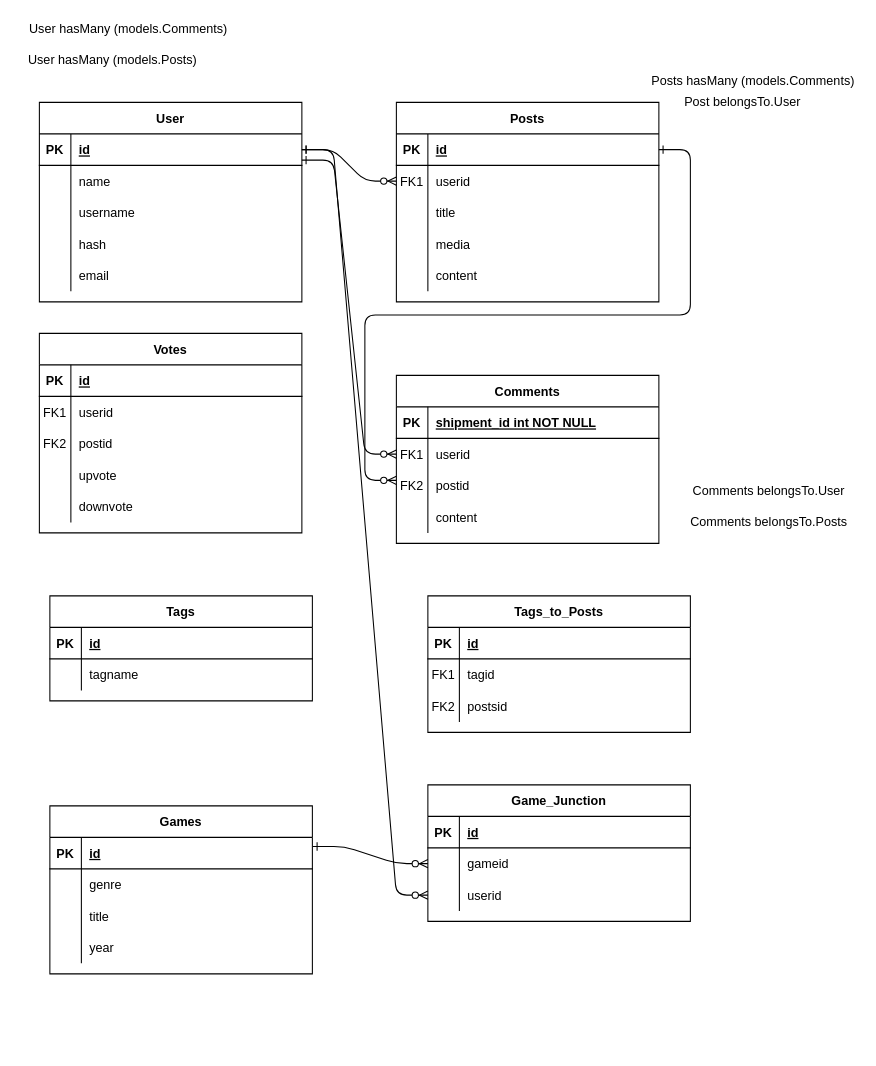
Above: page "Table Templates" (2 of 2) of additionalFiles/homepage.drawio in Stormy110/Gamers_Paradise (draw.io), before the change. Source tidied: cells renumbered, new cells numbered last; positions are measured from the earlier drawing's top-left corner, leaving out a move shared by most shapes. Both pictures are drawn from the tidied source at 105%, with x=0, y=0 at pixel (18, 18).
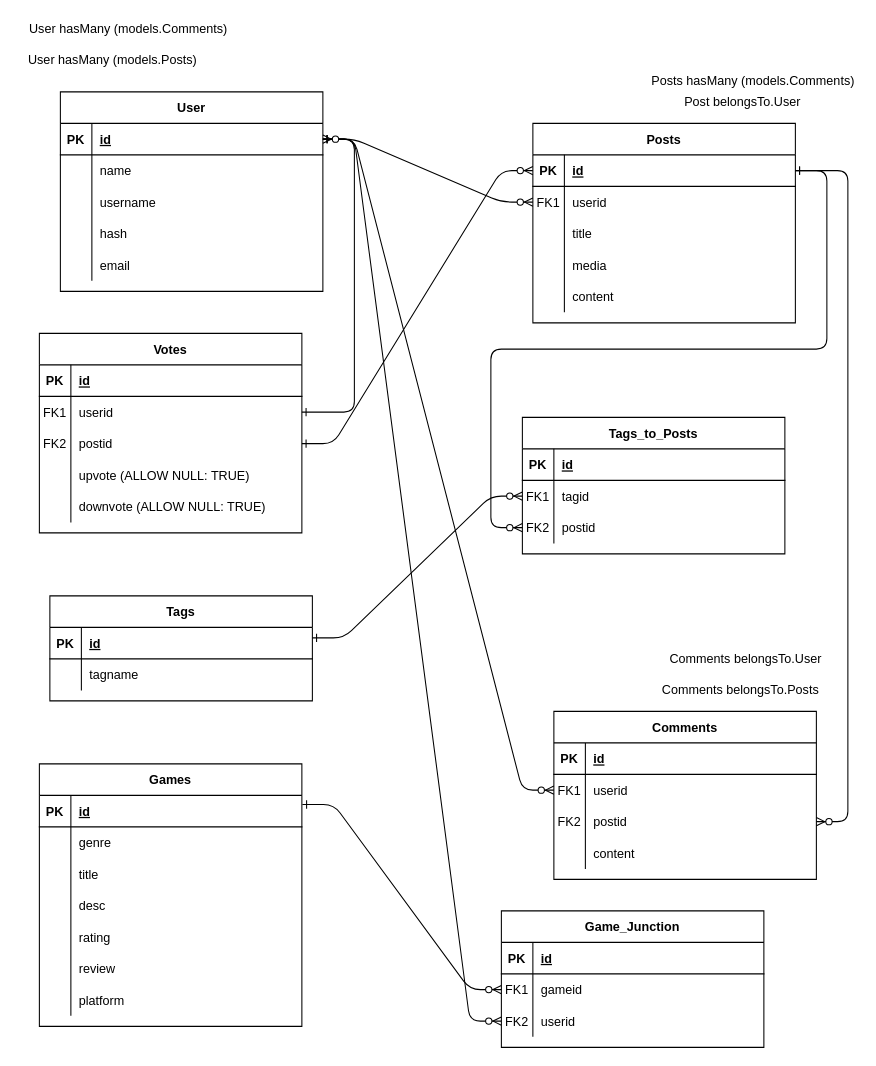
The same diagram, later.

The change refers to these unchanged cells:
```xml
<mxCell id="5" style="shape=partialRectangle;fillColor=none;points=[[0,0.5],[1,0.5]];portConstraint=eastwest;top=0;left=0;right=0;bottom=1;" parent="4" vertex="1">
  <mxGeometry y="30" width="250" height="30" as="geometry" />
</mxCell>
<mxCell id="21" style="shape=partialRectangle;fillColor=none;top=0;left=0;right=0;bottom=1;" parent="20" vertex="1">
  <mxGeometry y="30" width="250" height="30" as="geometry" />
</mxCell>
<mxCell id="24" style="shape=partialRectangle;fillColor=none;points=[[0,0.5],[1,0.5]];portConstraint=eastwest;top=0;left=0;right=0;bottom=0;" parent="20" vertex="1">
  <mxGeometry y="60" width="250" height="30" as="geometry" />
</mxCell>
<mxCell id="27" style="shape=partialRectangle;fillColor=none;points=[[0,0.5],[1,0.5]];portConstraint=eastwest;top=0;left=0;right=0;bottom=0;" parent="20" vertex="1">
  <mxGeometry y="90" width="250" height="30" as="geometry" />
</mxCell>
<mxCell id="34" style="shape=partialRectangle;fillColor=none;points=[[0,0.5],[1,0.5]];portConstraint=eastwest;top=0;left=0;right=0;bottom=1;" parent="33" vertex="1">
  <mxGeometry y="30" width="250" height="30" as="geometry" />
</mxCell>
<mxCell id="53" style="shape=partialRectangle;fillColor=none;points=[[0,0.5],[1,0.5]];portConstraint=eastwest;top=0;left=0;right=0;bottom=0;" parent="49" vertex="1">
  <mxGeometry y="60" width="250" height="30" as="geometry" />
</mxCell>
<mxCell id="56" style="shape=partialRectangle;fillColor=none;points=[[0,0.5],[1,0.5]];portConstraint=eastwest;top=0;left=0;right=0;bottom=0;" parent="49" vertex="1">
  <mxGeometry y="90" width="250" height="30" as="geometry" />
</mxCell>
<mxCell id="59" style="shape=partialRectangle;fillColor=none;top=0;left=0;right=0;bottom=0;" parent="49" vertex="1">
  <mxGeometry y="120" width="250" height="30" as="geometry" />
</mxCell>
<mxCell id="62" style="shape=partialRectangle;fillColor=none;top=0;left=0;right=0;bottom=0;" parent="49" vertex="1">
  <mxGeometry y="150" width="250" height="30" as="geometry" />
</mxCell>
<mxCell id="69" style="shape=partialRectangle;fillColor=none;points=[[0,0.5],[1,0.5]];portConstraint=eastwest;top=0;left=0;right=0;bottom=0;" parent="65" vertex="1">
  <mxGeometry y="60" width="250" height="30" as="geometry" />
</mxCell>
<mxCell id="72" style="shape=partialRectangle;fillColor=none;top=0;left=0;right=0;bottom=0;" parent="65" vertex="1">
  <mxGeometry y="90" width="250" height="30" as="geometry" />
</mxCell>
<mxCell id="100" style="shape=partialRectangle;fillColor=none;top=0;left=0;right=0;bottom=0;" parent="90" vertex="1">
  <mxGeometry y="120" width="250" height="30" as="geometry" />
</mxCell>
<mxCell id="107" style="shape=partialRectangle;fillColor=none;points=[[0,0.5],[1,0.5]];portConstraint=eastwest;top=0;left=0;right=0;bottom=0;" parent="103" vertex="1">
  <mxGeometry y="60" width="250" height="30" as="geometry" />
</mxCell>
<mxCell id="110" style="shape=partialRectangle;fillColor=none;points=[[0,0.5],[1,0.5]];portConstraint=eastwest;top=0;left=0;right=0;bottom=0;" parent="103" vertex="1">
  <mxGeometry y="90" width="250" height="30" as="geometry" />
</mxCell>
```

Diff of the diagram source:
```diff
@@
-    <mxCell id="3" style="edgeStyle=entityRelationEdgeStyle;endArrow=ERzeroToMany;startArrow=ERone;endFill=1;startFill=0;" parent="1" edge="1" source="5">
-      <mxGeometry relative="1" as="geometry">
-        <mxPoint x="360" y="440" as="targetPoint" />
-      </mxGeometry>
+    <mxCell id="3" style="edgeStyle=entityRelationEdgeStyle;endArrow=ERzeroToMany;startArrow=ERone;endFill=1;startFill=0;" parent="1" edge="1" source="5" target="27">
+      <mxGeometry relative="1" as="geometry" />
     </mxCell>
     <mxCell id="4" value="Posts" style="shape=table;startSize=30;childLayout=tableLayout;rowLines=0;fontStyle=1;align=center;" parent="1" vertex="1">
-      <mxGeometry x="360" y="80" width="250" height="190" as="geometry" />
+      <mxGeometry x="490" y="100" width="250" height="190" as="geometry" />
     </mxCell>
@@
     <mxCell id="20" value="Comments" style="shape=table;startSize=30;childLayout=tableLayout;rowLines=0;fontStyle=1;align=center;" parent="1" vertex="1">
-      <mxGeometry x="360" y="340" width="250" height="160" as="geometry" />
+      <mxGeometry x="510" y="660" width="250" height="160" as="geometry" />
     </mxCell>
@@
-    <mxCell id="23" value="shipment_id int NOT NULL " style="shape=partialRectangle;overflow=hidden;fillColor=none;top=0;left=0;bottom=0;right=0;align=left;spacingLeft=6;fontStyle=5;" parent="21" vertex="1">
+    <mxCell id="23" value="id" style="shape=partialRectangle;overflow=hidden;fillColor=none;top=0;left=0;bottom=0;right=0;align=left;spacingLeft=6;fontStyle=5;" parent="21" vertex="1">
       <mxGeometry x="30" width="220" height="30" as="geometry" />
     </mxCell>
@@
     <mxCell id="33" value="User" style="shape=table;startSize=30;childLayout=tableLayout;rowLines=0;fontStyle=1;align=center;" parent="1" vertex="1">
-      <mxGeometry x="20" y="80" width="250" height="190" as="geometry" />
+      <mxGeometry x="40" y="70" width="250" height="190" as="geometry" />
     </mxCell>
@@
-    <mxCell id="61" value="upvote" style="shape=partialRectangle;overflow=hidden;fillColor=none;top=0;left=0;bottom=0;right=0;align=left;spacingLeft=6;" parent="59" vertex="1">
+    <mxCell id="61" value="upvote (ALLOW NULL: TRUE)" style="shape=partialRectangle;overflow=hidden;fillColor=none;top=0;left=0;bottom=0;right=0;align=left;spacingLeft=6;" parent="59" vertex="1">
       <mxGeometry x="30" width="220" height="30" as="geometry" />
     </mxCell>
@@
-    <mxCell id="64" value="downvote" style="shape=partialRectangle;overflow=hidden;fillColor=none;top=0;left=0;bottom=0;right=0;align=left;spacingLeft=6;" parent="62" vertex="1">
+    <mxCell id="64" value="downvote (ALLOW NULL: TRUE)" style="shape=partialRectangle;overflow=hidden;fillColor=none;top=0;left=0;bottom=0;right=0;align=left;spacingLeft=6;" parent="62" vertex="1">
       <mxGeometry x="30" width="220" height="30" as="geometry" />
     </mxCell>
     <mxCell id="65" value="Tags_to_Posts" style="shape=table;startSize=30;childLayout=tableLayout;rowLines=0;fontStyle=1;align=center;" parent="1" vertex="1">
-      <mxGeometry x="390" y="550" width="250" height="130" as="geometry" />
+      <mxGeometry x="480" y="380" width="250" height="130" as="geometry" />
     </mxCell>
@@
-    <mxCell id="74" value="postsid" style="shape=partialRectangle;overflow=hidden;fillColor=none;top=0;left=0;bottom=0;right=0;align=left;spacingLeft=6;" parent="72" vertex="1">
+    <mxCell id="74" value="postid" style="shape=partialRectangle;overflow=hidden;fillColor=none;top=0;left=0;bottom=0;right=0;align=left;spacingLeft=6;" parent="72" vertex="1">
       <mxGeometry x="30" width="220" height="30" as="geometry" />
     </mxCell>
@@
-    <mxCell id="82" style="edgeStyle=entityRelationEdgeStyle;endArrow=ERzeroToMany;startArrow=ERone;endFill=1;startFill=0;entryX=0;entryY=0.5;entryDx=0;entryDy=0;" parent="1" edge="1" target="24">
-      <mxGeometry relative="1" as="geometry">
-        <mxPoint x="270" y="135" as="sourcePoint" />
-      </mxGeometry>
+    <mxCell id="82" style="edgeStyle=entityRelationEdgeStyle;endArrow=ERzeroToMany;startArrow=ERone;endFill=1;startFill=0;entryX=0;entryY=0.5;entryDx=0;entryDy=0;" parent="1" edge="1" source="34" target="24">
+      <mxGeometry relative="1" as="geometry" />
     </mxCell>
@@
     <mxCell id="84" value="Comments belongsTo.User" style="text;html=1;strokeColor=none;fillColor=none;align=center;verticalAlign=middle;whiteSpace=wrap;rounded=0;" parent="1" vertex="1">
-      <mxGeometry x="630" y="440" width="170" height="20" as="geometry" />
+      <mxGeometry x="607.5" y="600" width="170" height="20" as="geometry" />
     </mxCell>
     <mxCell id="85" value="Comments belongsTo.Posts" style="text;html=1;strokeColor=none;fillColor=none;align=center;verticalAlign=middle;whiteSpace=wrap;rounded=0;" parent="1" vertex="1">
-      <mxGeometry x="630" y="470" width="170" height="20" as="geometry" />
+      <mxGeometry x="602.5" y="630" width="170" height="20" as="geometry" />
     </mxCell>
@@
     <mxCell id="90" value="Games" style="shape=table;startSize=30;childLayout=tableLayout;rowLines=0;fontStyle=1;align=center;" parent="1" vertex="1">
-      <mxGeometry x="30" y="750" width="250" height="160" as="geometry" />
+      <mxGeometry x="20" y="710" width="250" height="250" as="geometry" />
     </mxCell>
@@
-    <mxCell id="102" value="year" style="shape=partialRectangle;overflow=hidden;fillColor=none;top=0;left=0;bottom=0;right=0;align=left;spacingLeft=6;" parent="100" vertex="1">
+    <mxCell id="102" value="desc" style="shape=partialRectangle;overflow=hidden;fillColor=none;top=0;left=0;bottom=0;right=0;align=left;spacingLeft=6;" parent="100" vertex="1">
       <mxGeometry x="30" width="220" height="30" as="geometry" />
     </mxCell>
+    <mxCell id="115" style="shape=partialRectangle;fillColor=none;top=0;left=0;right=0;bottom=0;" parent="90" vertex="1">
+      <mxGeometry y="150" width="250" height="30" as="geometry" />
+    </mxCell>
+    <mxCell id="116" style="shape=partialRectangle;overflow=hidden;fillColor=none;top=0;left=0;bottom=0;right=0;" parent="115" vertex="1">
+      <mxGeometry width="30" height="30" as="geometry" />
+    </mxCell>
+    <mxCell id="117" value="rating" style="shape=partialRectangle;overflow=hidden;fillColor=none;top=0;left=0;bottom=0;right=0;align=left;spacingLeft=6;" parent="115" vertex="1">
+      <mxGeometry x="30" width="220" height="30" as="geometry" />
+    </mxCell>
+    <mxCell id="118" style="shape=partialRectangle;fillColor=none;top=0;left=0;right=0;bottom=0;" parent="90" vertex="1">
+      <mxGeometry y="180" width="250" height="30" as="geometry" />
+    </mxCell>
+    <mxCell id="119" style="shape=partialRectangle;overflow=hidden;fillColor=none;top=0;left=0;bottom=0;right=0;" parent="118" vertex="1">
+      <mxGeometry width="30" height="30" as="geometry" />
+    </mxCell>
+    <mxCell id="120" value="review" style="shape=partialRectangle;overflow=hidden;fillColor=none;top=0;left=0;bottom=0;right=0;align=left;spacingLeft=6;" parent="118" vertex="1">
+      <mxGeometry x="30" width="220" height="30" as="geometry" />
+    </mxCell>
+    <mxCell id="121" style="shape=partialRectangle;fillColor=none;top=0;left=0;right=0;bottom=0;" parent="90" vertex="1">
+      <mxGeometry y="210" width="250" height="30" as="geometry" />
+    </mxCell>
+    <mxCell id="122" style="shape=partialRectangle;overflow=hidden;fillColor=none;top=0;left=0;bottom=0;right=0;" parent="121" vertex="1">
+      <mxGeometry width="30" height="30" as="geometry" />
+    </mxCell>
+    <mxCell id="123" value="platform" style="shape=partialRectangle;overflow=hidden;fillColor=none;top=0;left=0;bottom=0;right=0;align=left;spacingLeft=6;" parent="121" vertex="1">
+      <mxGeometry x="30" width="220" height="30" as="geometry" />
+    </mxCell>
     <mxCell id="103" value="Game_Junction" style="shape=table;startSize=30;childLayout=tableLayout;rowLines=0;fontStyle=1;align=center;" parent="1" vertex="1">
-      <mxGeometry x="390" y="730" width="250" height="130" as="geometry" />
+      <mxGeometry x="460" y="850" width="250" height="130" as="geometry" />
     </mxCell>
@@
-    <mxCell id="108" style="shape=partialRectangle;overflow=hidden;fillColor=none;top=0;left=0;bottom=0;right=0;" parent="107" vertex="1">
+    <mxCell id="108" value="FK1" style="shape=partialRectangle;overflow=hidden;fillColor=none;top=0;left=0;bottom=0;right=0;" parent="107" vertex="1">
       <mxGeometry width="30" height="30" as="geometry" />
     </mxCell>
@@
-    <mxCell id="111" style="shape=partialRectangle;overflow=hidden;fillColor=none;top=0;left=0;bottom=0;right=0;" parent="110" vertex="1">
+    <mxCell id="111" value="FK2" style="shape=partialRectangle;overflow=hidden;fillColor=none;top=0;left=0;bottom=0;right=0;" parent="110" vertex="1">
       <mxGeometry width="30" height="30" as="geometry" />
     </mxCell>
@@
+    <mxCell id="124" style="edgeStyle=entityRelationEdgeStyle;endArrow=ERzeroToMany;startArrow=ERone;endFill=1;startFill=0;exitX=1;exitY=0.5;exitDx=0;exitDy=0;entryX=0;entryY=0.5;entryDx=0;entryDy=0;" parent="1" edge="1" target="69">
+      <mxGeometry relative="1" as="geometry">
+        <mxPoint x="280" y="590" as="sourcePoint" />
+      </mxGeometry>
+    </mxCell>
+    <mxCell id="125" style="edgeStyle=entityRelationEdgeStyle;endArrow=ERzeroToMany;startArrow=ERone;endFill=1;startFill=0;" parent="1" edge="1" source="5">
+      <mxGeometry relative="1" as="geometry">
+        <mxPoint x="480" y="485" as="targetPoint" />
+      </mxGeometry>
+    </mxCell>
+    <mxCell id="126" style="edgeStyle=entityRelationEdgeStyle;endArrow=ERzeroToMany;startArrow=ERone;endFill=1;startFill=0;" parent="1" edge="1" source="53" target="34">
+      <mxGeometry relative="1" as="geometry" />
+    </mxCell>
+    <mxCell id="127" style="edgeStyle=entityRelationEdgeStyle;endArrow=ERzeroToMany;startArrow=ERone;endFill=1;startFill=0;" parent="1" edge="1" source="56" target="5">
+      <mxGeometry relative="1" as="geometry" />
+    </mxCell>
```
